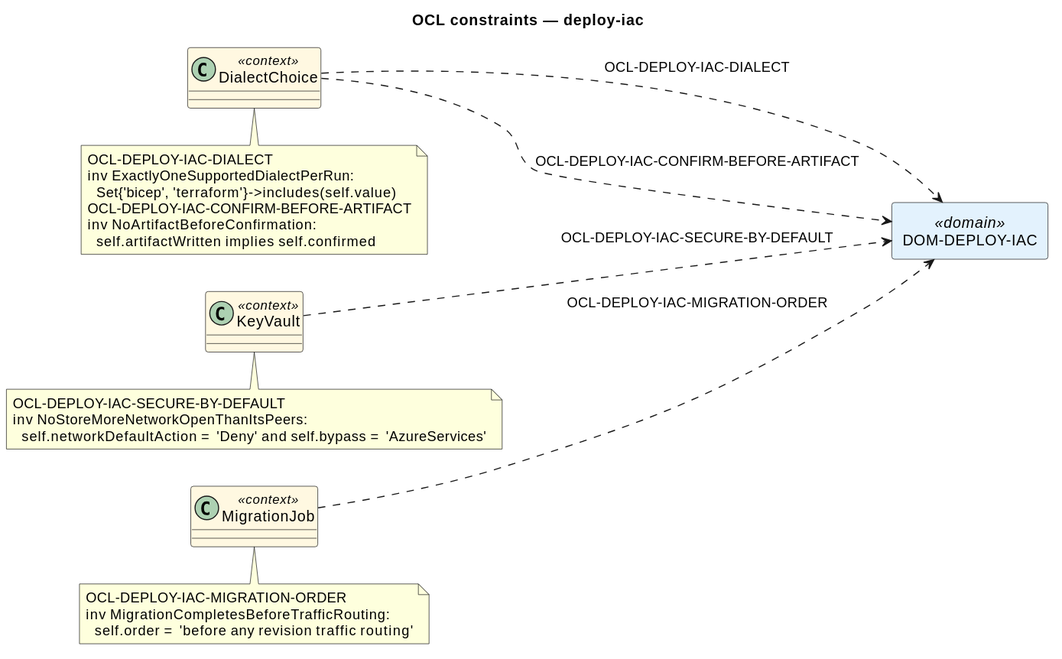
Above: .mdd/rendered/constraints/deploy-iac.svg in cthadeufaria/model-driven-development (PlantUML), before the change. The source it was exported from:
```plantuml
@startuml
allowmixing
title OCL constraints — deploy-iac
left to right direction
skinparam wrapWidth 480
skinparam classBackgroundColor #FFF8E1
skinparam rectangleBackgroundColor #E3F2FD
class "DialectChoice" as C0 <<context>>
class "KeyVault" as C1 <<context>>
class "MigrationJob" as C2 <<context>>
rectangle "DOM-DEPLOY-IAC" as D0 <<domain>>
note bottom of C0
  OCL-DEPLOY-IAC-DIALECT
  inv ExactlyOneSupportedDialectPerRun:
    Set{'bicep', 'terraform'}->includes(self.value)
  OCL-DEPLOY-IAC-CONFIRM-BEFORE-ARTIFACT
  inv NoArtifactBeforeConfirmation:
    self.artifactWritten implies self.confirmed
end note
note bottom of C1
  OCL-DEPLOY-IAC-SECURE-BY-DEFAULT
  inv NoStoreMoreNetworkOpenThanItsPeers:
    self.networkDefaultAction = 'Deny' and self.bypass = 'AzureServices'
end note
note bottom of C2
  OCL-DEPLOY-IAC-MIGRATION-ORDER
  inv MigrationCompletesBeforeTrafficRouting:
    self.order = 'before any revision traffic routing'
end note
C0 ..> D0 : OCL-DEPLOY-IAC-DIALECT
C0 ..> D0 : OCL-DEPLOY-IAC-CONFIRM-BEFORE-ARTIFACT
C1 ..> D0 : OCL-DEPLOY-IAC-SECURE-BY-DEFAULT
C2 ..> D0 : OCL-DEPLOY-IAC-MIGRATION-ORDER
@enduml
```
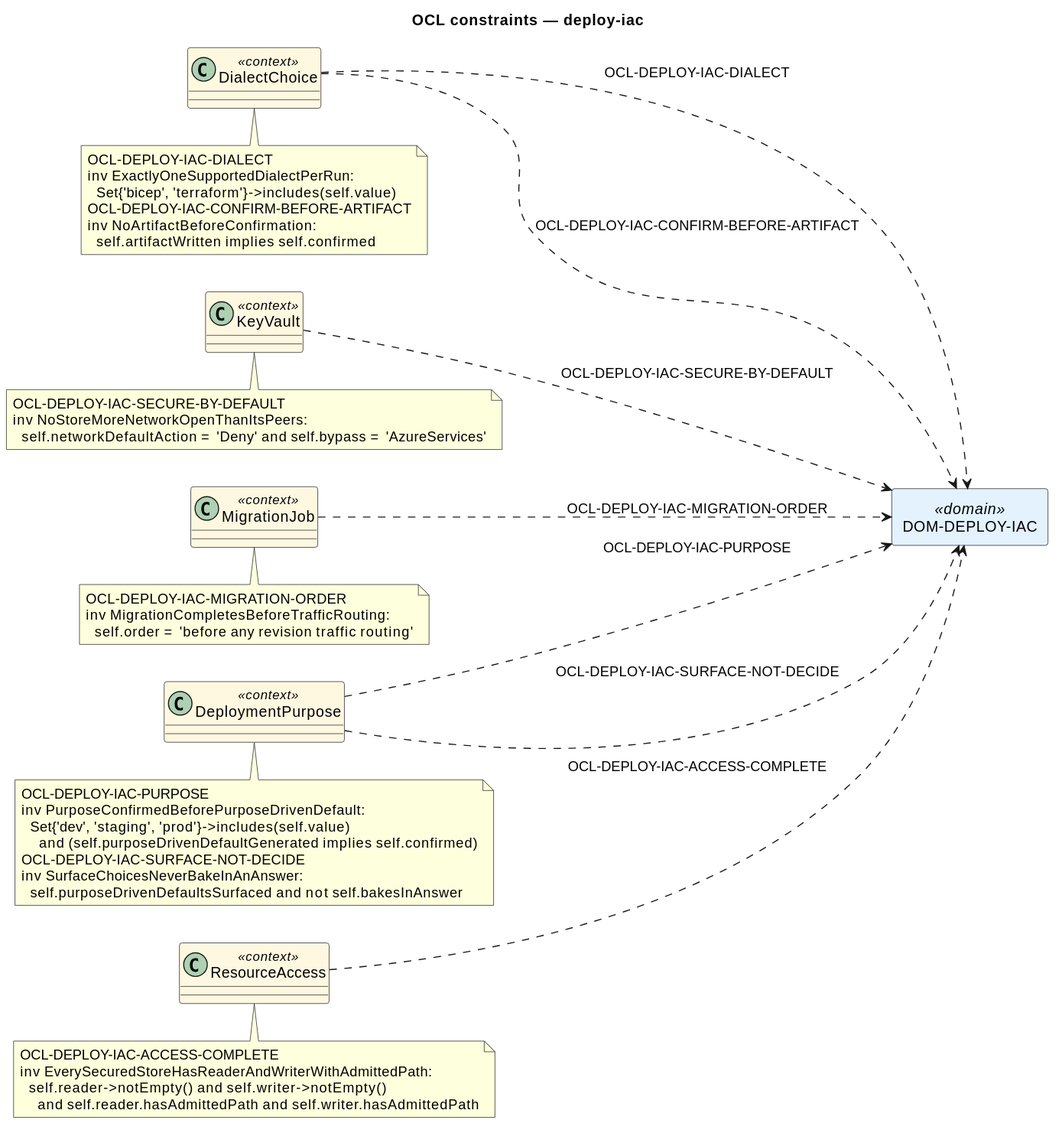
The same diagram one commit later.

Diff of the diagram source:
```diff
@@ -8,6 +8,8 @@
 class "DialectChoice" as C0 <<context>>
 class "KeyVault" as C1 <<context>>
 class "MigrationJob" as C2 <<context>>
+class "DeploymentPurpose" as C3 <<context>>
+class "ResourceAccess" as C4 <<context>>
 rectangle "DOM-DEPLOY-IAC" as D0 <<domain>>
 note bottom of C0
   OCL-DEPLOY-IAC-DIALECT
@@ -27,8 +29,26 @@
   inv MigrationCompletesBeforeTrafficRouting:
     self.order = 'before any revision traffic routing'
 end note
+note bottom of C3
+  OCL-DEPLOY-IAC-PURPOSE
+  inv PurposeConfirmedBeforePurposeDrivenDefault:
+    Set{'dev', 'staging', 'prod'}->includes(self.value)
+      and (self.purposeDrivenDefaultGenerated implies self.confirmed)
+  OCL-DEPLOY-IAC-SURFACE-NOT-DECIDE
+  inv SurfaceChoicesNeverBakeInAnAnswer:
+    self.purposeDrivenDefaultsSurfaced and not self.bakesInAnswer
+end note
+note bottom of C4
+  OCL-DEPLOY-IAC-ACCESS-COMPLETE
+  inv EverySecuredStoreHasReaderAndWriterWithAdmittedPath:
+    self.reader->notEmpty() and self.writer->notEmpty()
+      and self.reader.hasAdmittedPath and self.writer.hasAdmittedPath
+end note
 C0 ..> D0 : OCL-DEPLOY-IAC-DIALECT
 C0 ..> D0 : OCL-DEPLOY-IAC-CONFIRM-BEFORE-ARTIFACT
 C1 ..> D0 : OCL-DEPLOY-IAC-SECURE-BY-DEFAULT
 C2 ..> D0 : OCL-DEPLOY-IAC-MIGRATION-ORDER
+C3 ..> D0 : OCL-DEPLOY-IAC-PURPOSE
+C4 ..> D0 : OCL-DEPLOY-IAC-ACCESS-COMPLETE
+C3 ..> D0 : OCL-DEPLOY-IAC-SURFACE-NOT-DECIDE
 @enduml
```
